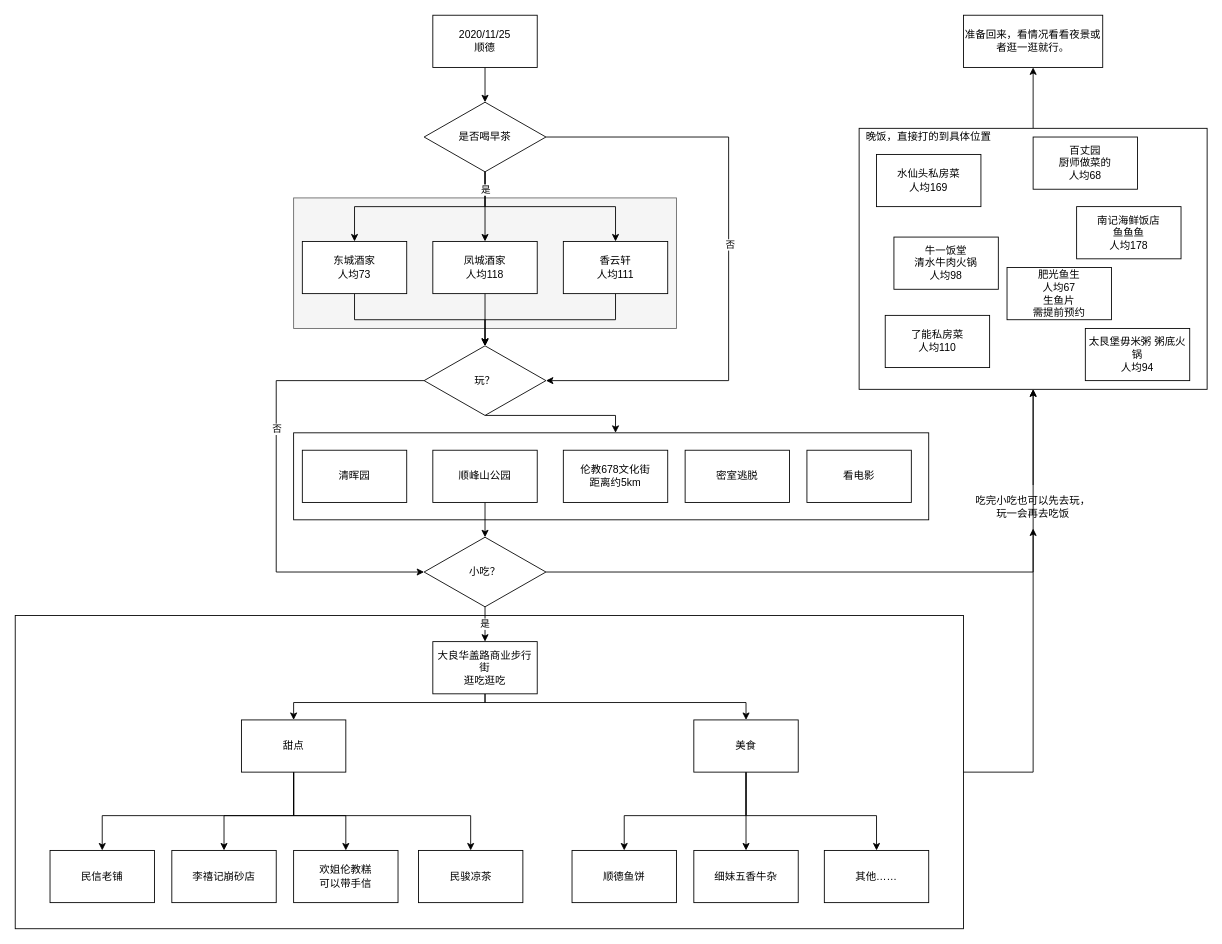
This is 走走停停.drawio from zjtone/RL-Note, a draw.io file, before an edit. Source tidied: cells renumbered, new cells numbered last; positions are measured from the earlier drawing's top-left corner, leaving out a move shared by most shapes. Both pictures are drawn from the tidied source at 87%, with x=0, y=0 at pixel (15, 15).
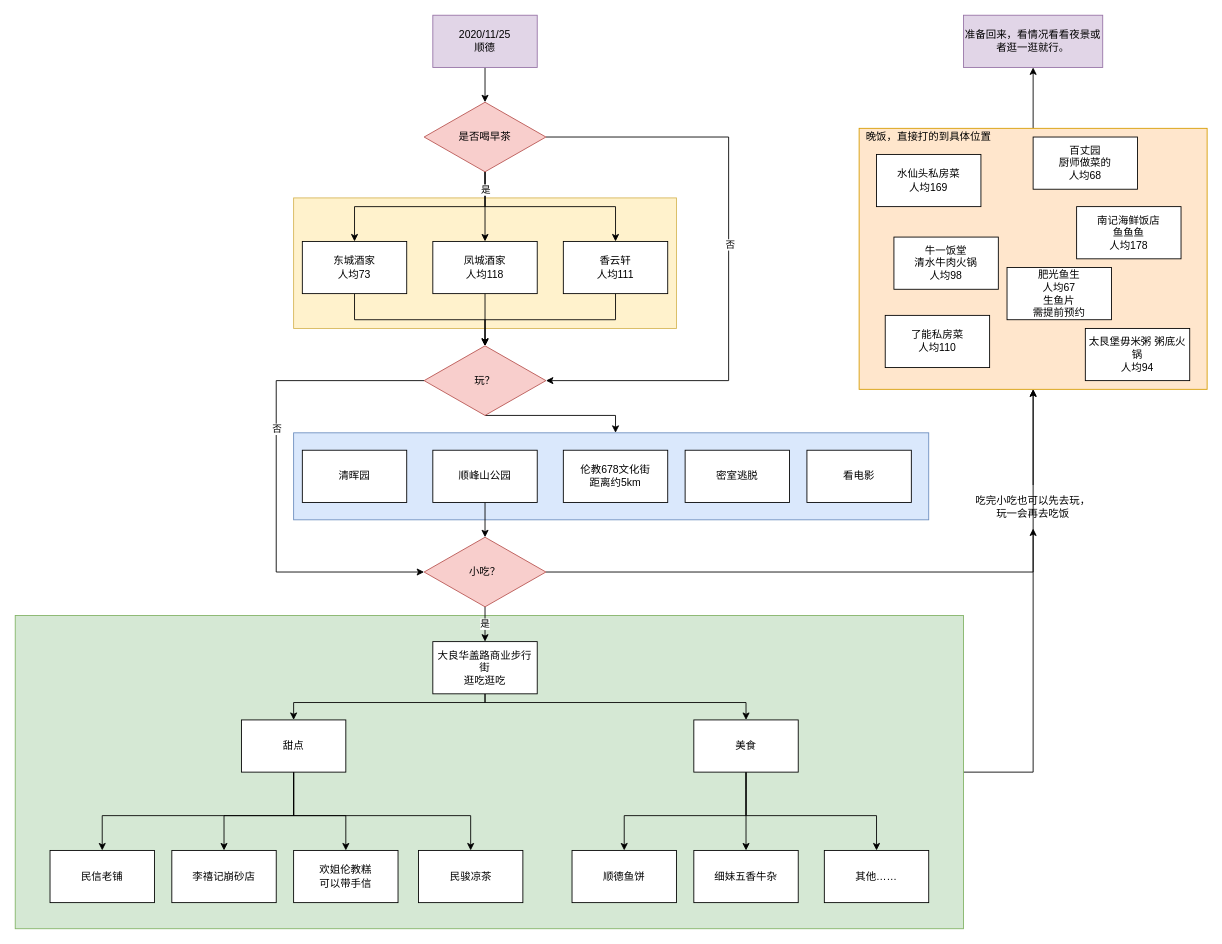
The same diagram, later.

What changed in the source:
```diff
@@
-    <mxCell id="2" style="rounded=0;whiteSpace=wrap;html=1;fillColor=#f5f5f5;strokeColor=#666666;fontColor=#333333;" parent="1" vertex="1">
+    <mxCell id="2" style="rounded=0;whiteSpace=wrap;html=1;fillColor=#fff2cc;strokeColor=#d6b656;" parent="1" vertex="1">
       <mxGeometry x="320" y="210" width="440" height="150" as="geometry" />
     </mxCell>
-    <mxCell id="3" style="rounded=0;whiteSpace=wrap;html=1;" parent="1" vertex="1">
+    <mxCell id="3" style="rounded=0;whiteSpace=wrap;html=1;fillColor=#dae8fc;strokeColor=#6c8ebf;" parent="1" vertex="1">
       <mxGeometry x="320" y="480" width="730" height="100" as="geometry" />
     </mxCell>
@@
-    <mxCell id="5" style="rounded=0;whiteSpace=wrap;html=1;fillColor=none;" parent="1" vertex="1">
+    <mxCell id="5" style="rounded=0;whiteSpace=wrap;html=1;fillColor=#d5e8d4;strokeColor=#82b366;" parent="1" vertex="1">
       <mxGeometry y="690" width="1090" height="360" as="geometry" />
     </mxCell>
@@
-    <mxCell id="7" value="2020/11/25&lt;br&gt;顺德" style="rounded=0;whiteSpace=wrap;html=1;" parent="1" vertex="1">
+    <mxCell id="7" value="2020/11/25&lt;br&gt;顺德" style="rounded=0;whiteSpace=wrap;html=1;fillColor=#e1d5e7;strokeColor=#9673a6;" parent="1" vertex="1">
       <mxGeometry x="480" width="120" height="60" as="geometry" />
     </mxCell>
@@
-    <mxCell id="18" value="是否喝早茶" style="rhombus;whiteSpace=wrap;html=1;" parent="1" vertex="1">
+    <mxCell id="18" value="是否喝早茶" style="rhombus;whiteSpace=wrap;html=1;fillColor=#f8cecc;strokeColor=#b85450;" parent="1" vertex="1">
       <mxGeometry x="470" y="100" width="140" height="80" as="geometry" />
     </mxCell>
@@
-    <mxCell id="24" value="玩？" style="rhombus;whiteSpace=wrap;html=1;" parent="1" vertex="1">
+    <mxCell id="24" value="玩？" style="rhombus;whiteSpace=wrap;html=1;fillColor=#f8cecc;strokeColor=#b85450;" parent="1" vertex="1">
       <mxGeometry x="470" y="380" width="140" height="80" as="geometry" />
     </mxCell>
@@
-    <mxCell id="34" value="小吃？" style="rhombus;whiteSpace=wrap;html=1;" parent="1" vertex="1">
+    <mxCell id="34" value="小吃？" style="rhombus;whiteSpace=wrap;html=1;fillColor=#f8cecc;strokeColor=#b85450;" parent="1" vertex="1">
       <mxGeometry x="470" y="600" width="140" height="80" as="geometry" />
     </mxCell>
@@
-    <mxCell id="53" value="准备回来，看情况看看夜景或者逛一逛就行。" style="rounded=0;whiteSpace=wrap;html=1;" parent="1" vertex="1">
+    <mxCell id="53" value="准备回来，看情况看看夜景或者逛一逛就行。" style="rounded=0;whiteSpace=wrap;html=1;fillColor=#e1d5e7;strokeColor=#9673a6;" parent="1" vertex="1">
       <mxGeometry x="1090" width="160" height="60" as="geometry" />
     </mxCell>
@@
-    <mxCell id="57" style="rounded=0;whiteSpace=wrap;html=1;" parent="1" vertex="1">
+    <mxCell id="57" style="rounded=0;whiteSpace=wrap;html=1;fillColor=#ffe6cc;strokeColor=#d79b00;" parent="1" vertex="1">
       <mxGeometry x="970" y="130" width="400" height="300" as="geometry" />
     </mxCell>
@@
-    <mxCell id="65" value="太艮堡毋米粥 粥底火锅&lt;br&gt;人均94" style="rounded=0;whiteSpace=wrap;html=1;fillColor=none;" parent="1" vertex="1">
+    <mxCell id="65" value="太艮堡毋米粥 粥底火锅&lt;br&gt;人均94" style="rounded=0;whiteSpace=wrap;html=1;" parent="1" vertex="1">
       <mxGeometry x="1230" y="360" width="120" height="60" as="geometry" />
     </mxCell>
```
